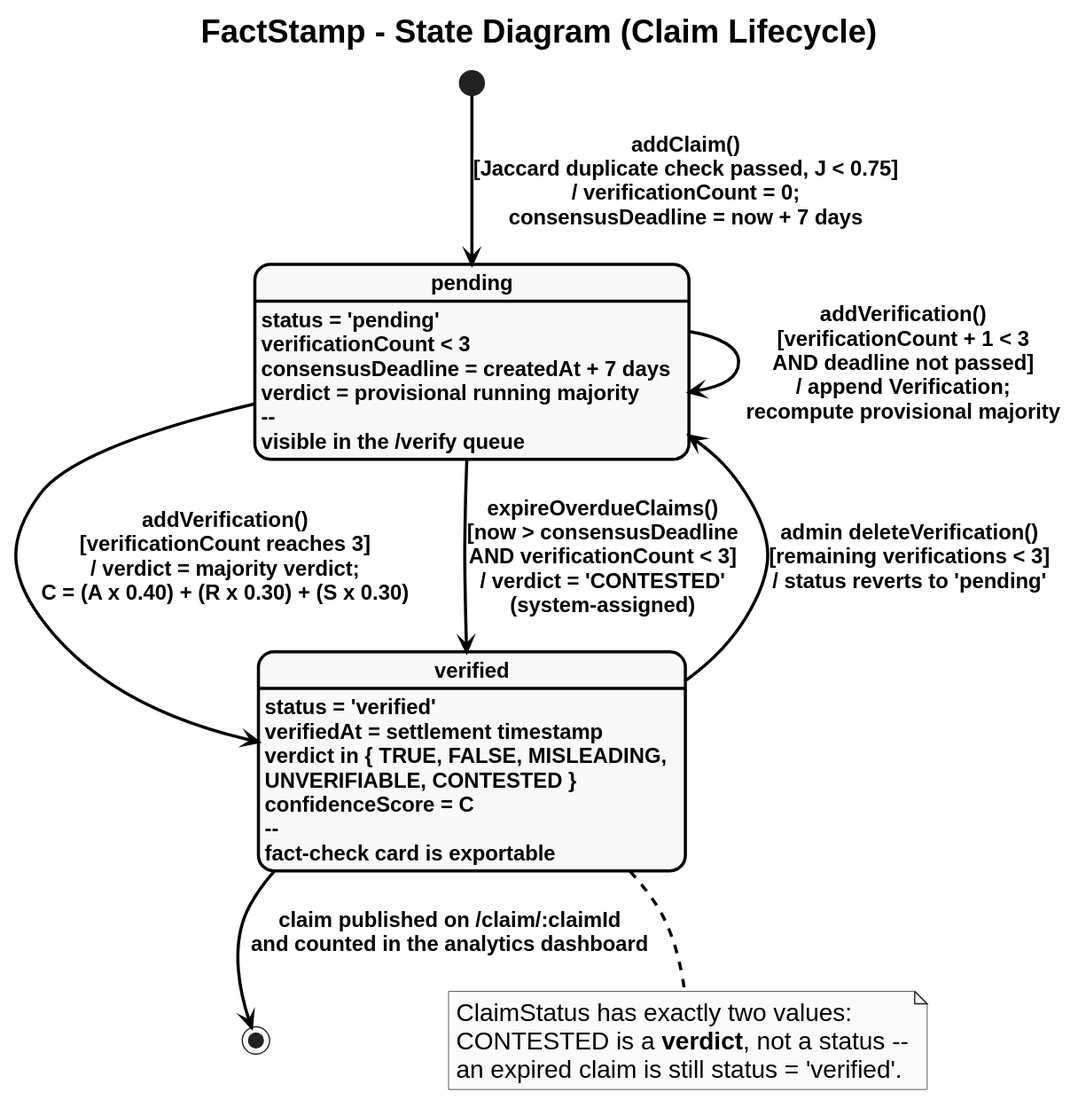
This is FactStamp/black_book_draft/03_Requirements_and_Analysis/attachments/state_diagram.svg from aadish0day/typst, a PlantUML export, as it was before one commit. Source of this version:
```plantuml
@startuml
skinparam style strictuml
skinparam monochrome true
skinparam defaultFontName "Liberation Sans"
skinparam defaultFontSize 20
skinparam defaultFontStyle bold
skinparam titleFontSize 26
skinparam titleFontStyle bold

skinparam backgroundColor white
skinparam ArrowColor black
skinparam ArrowThickness 2.5
skinparam ArrowFontSize 17
skinparam ArrowFontStyle bold

skinparam UsecaseBorderColor black
skinparam UsecaseBorderThickness 2.5
skinparam UsecaseBackgroundColor #F8F9FA
skinparam UsecaseFontSize 19
skinparam UsecaseFontStyle bold

skinparam ActorBorderColor black
skinparam ActorBorderThickness 2.5
skinparam ActorBackgroundColor #FFFFFF
skinparam ActorFontSize 20
skinparam ActorFontStyle bold

skinparam RectangleBorderColor black
skinparam RectangleBorderThickness 2.5
skinparam RectangleBackgroundColor transparent
skinparam RectangleFontSize 20
skinparam RectangleFontStyle bold

title FactStamp - State Diagram (Claim Lifecycle)

skinparam StateBorderColor black
skinparam StateBorderThickness 2.5
skinparam StateBackgroundColor #F8F9FA
skinparam StateFontSize 21
skinparam StateFontStyle bold
skinparam StateAttributeFontSize 17
skinparam nodesep 40
skinparam ranksep 55

state "pending" as Pending {
}
Pending : status = 'pending'
Pending : verificationCount < 3
Pending : consensusDeadline = createdAt + 7 days
Pending : verdict = provisional running majority
Pending : --
Pending : visible in the /verify queue

state "verified" as Verified {
}
Verified : status = 'verified'
Verified : verifiedAt = settlement timestamp
Verified : verdict in { TRUE, FALSE, MISLEADING,
Verified : UNVERIFIABLE, CONTESTED }
Verified : confidenceScore = C
Verified : --
Verified : fact-check card is exportable

[*] --> Pending : addClaim()\n[Jaccard duplicate check passed, J < 0.75]\n/ verificationCount = 0;\nconsensusDeadline = now + 7 days

Pending --> Pending : addVerification()\n[verificationCount + 1 < 3\nAND deadline not passed]\n/ append Verification;\nrecompute provisional majority

Pending --> Verified : addVerification()\n[verificationCount reaches 3]\n/ verdict = majority verdict;\nC = (A x 0.40) + (R x 0.30) + (S x 0.30)

Pending --> Verified : expireOverdueClaims()\n[now > consensusDeadline\nAND verificationCount < 3]\n/ verdict = 'CONTESTED'\n(system-assigned)

Verified --> Pending : admin deleteVerification()\n[remaining verifications < 3]\n/ status reverts to 'pending'

Verified --> [*] : claim published on /claim/:claimId\nand counted in the analytics dashboard

note bottom of Verified
  ClaimStatus has exactly two values:
  CONTESTED is a **verdict**, not a status --
  an expired claim is still status = 'verified'.
end note
@enduml
```
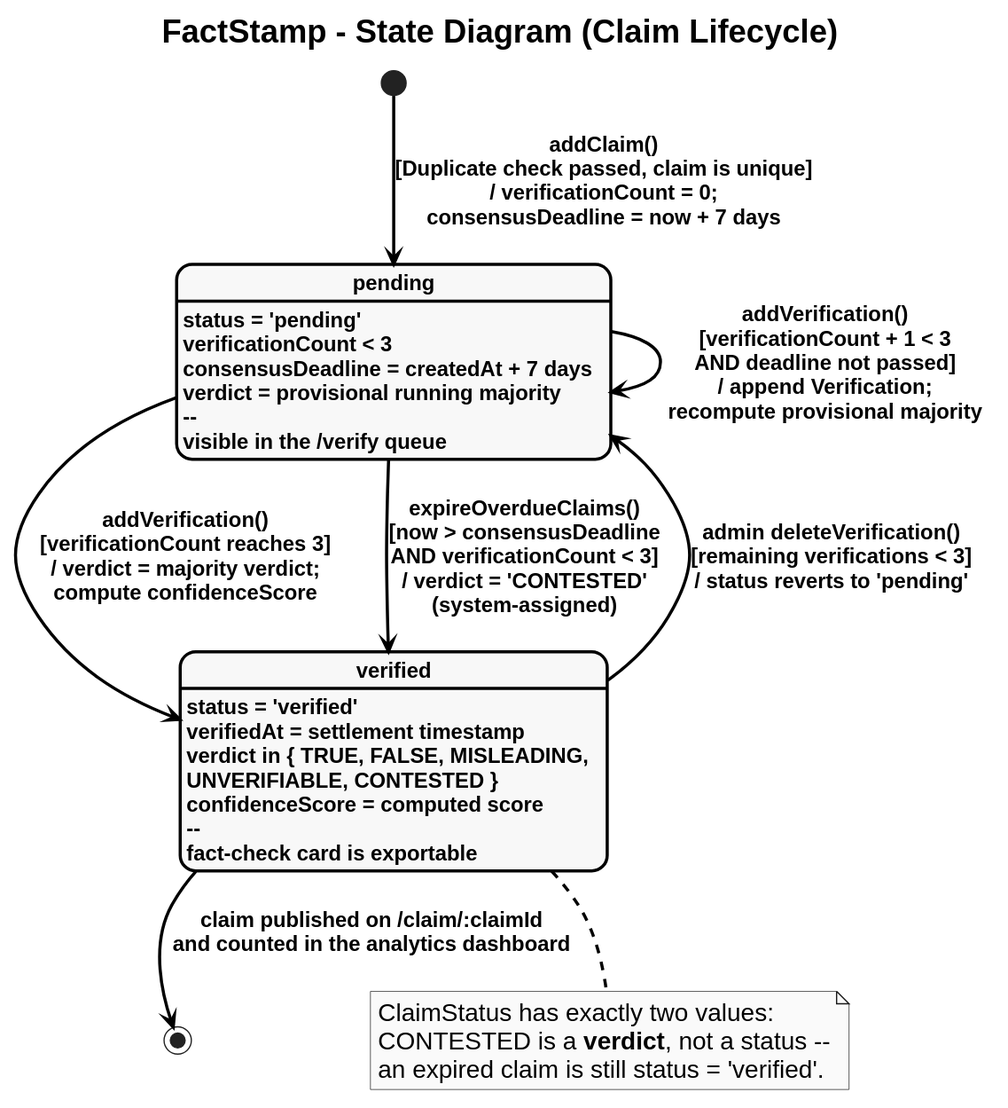
The same file after the commit.

Diff of the diagram source:
```diff
@@ -57,15 +57,15 @@
 Verified : verifiedAt = settlement timestamp
 Verified : verdict in { TRUE, FALSE, MISLEADING,
 Verified : UNVERIFIABLE, CONTESTED }
-Verified : confidenceScore = C
+Verified : confidenceScore = computed score
 Verified : --
 Verified : fact-check card is exportable
 
-[*] --> Pending : addClaim()\n[Jaccard duplicate check passed, J < 0.75]\n/ verificationCount = 0;\nconsensusDeadline = now + 7 days
+[*] --> Pending : addClaim()\n[Duplicate check passed, claim is unique]\n/ verificationCount = 0;\nconsensusDeadline = now + 7 days
 
 Pending --> Pending : addVerification()\n[verificationCount + 1 < 3\nAND deadline not passed]\n/ append Verification;\nrecompute provisional majority
 
-Pending --> Verified : addVerification()\n[verificationCount reaches 3]\n/ verdict = majority verdict;\nC = (A x 0.40) + (R x 0.30) + (S x 0.30)
+Pending --> Verified : addVerification()\n[verificationCount reaches 3]\n/ verdict = majority verdict;\ncompute confidenceScore
 
 Pending --> Verified : expireOverdueClaims()\n[now > consensusDeadline\nAND verificationCount < 3]\n/ verdict = 'CONTESTED'\n(system-assigned)
 
```
